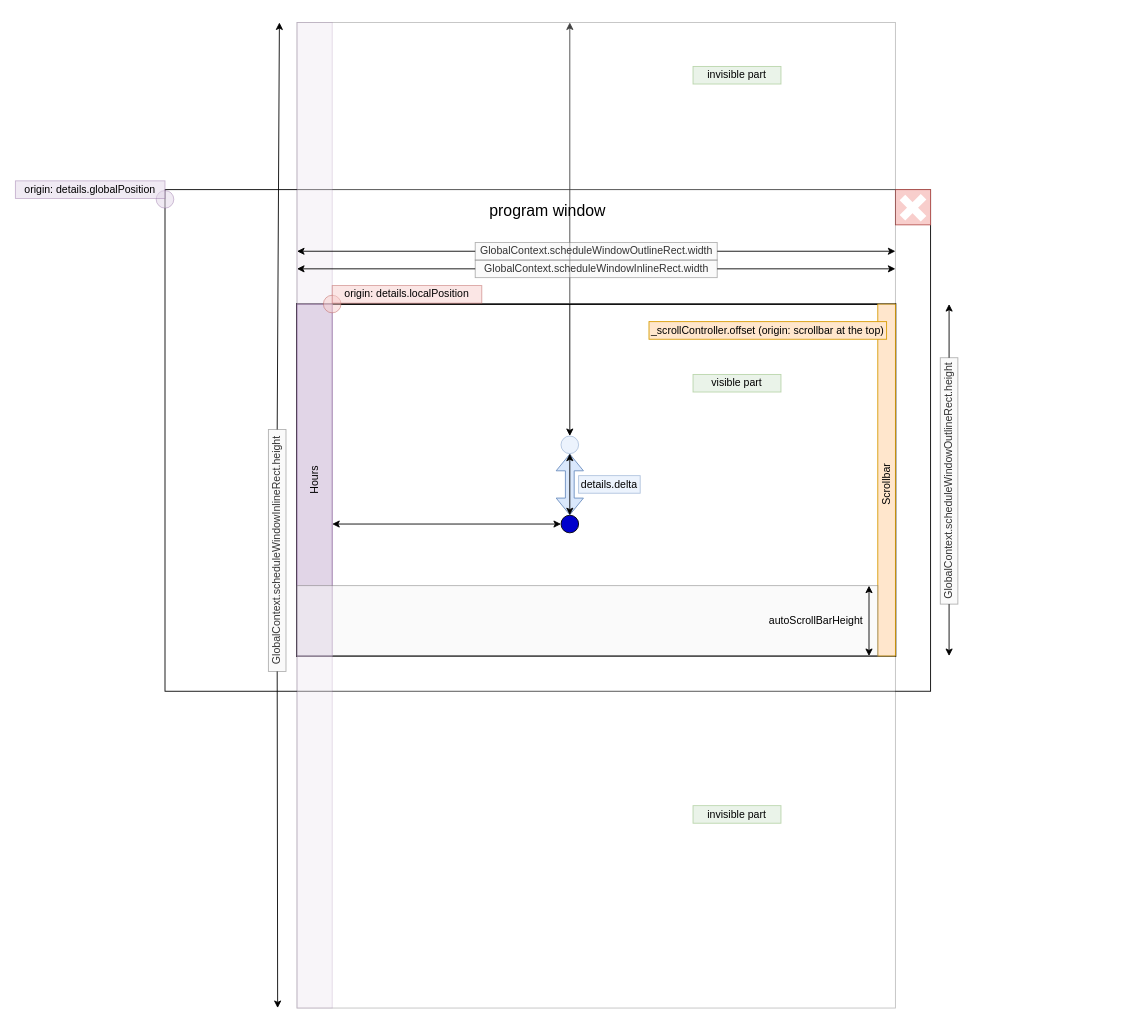
Dude19735/plantracker keeps this draw.io diagram as scroll_model.drawio. Above is the earlier version. Source tidied: cells renumbered, new cells numbered last; positions are measured from the earlier drawing's top-left corner, leaving out a move shared by most shapes. Both pictures are drawn from the tidied source at 88%, with x=0, y=0 at pixel (15, 22).
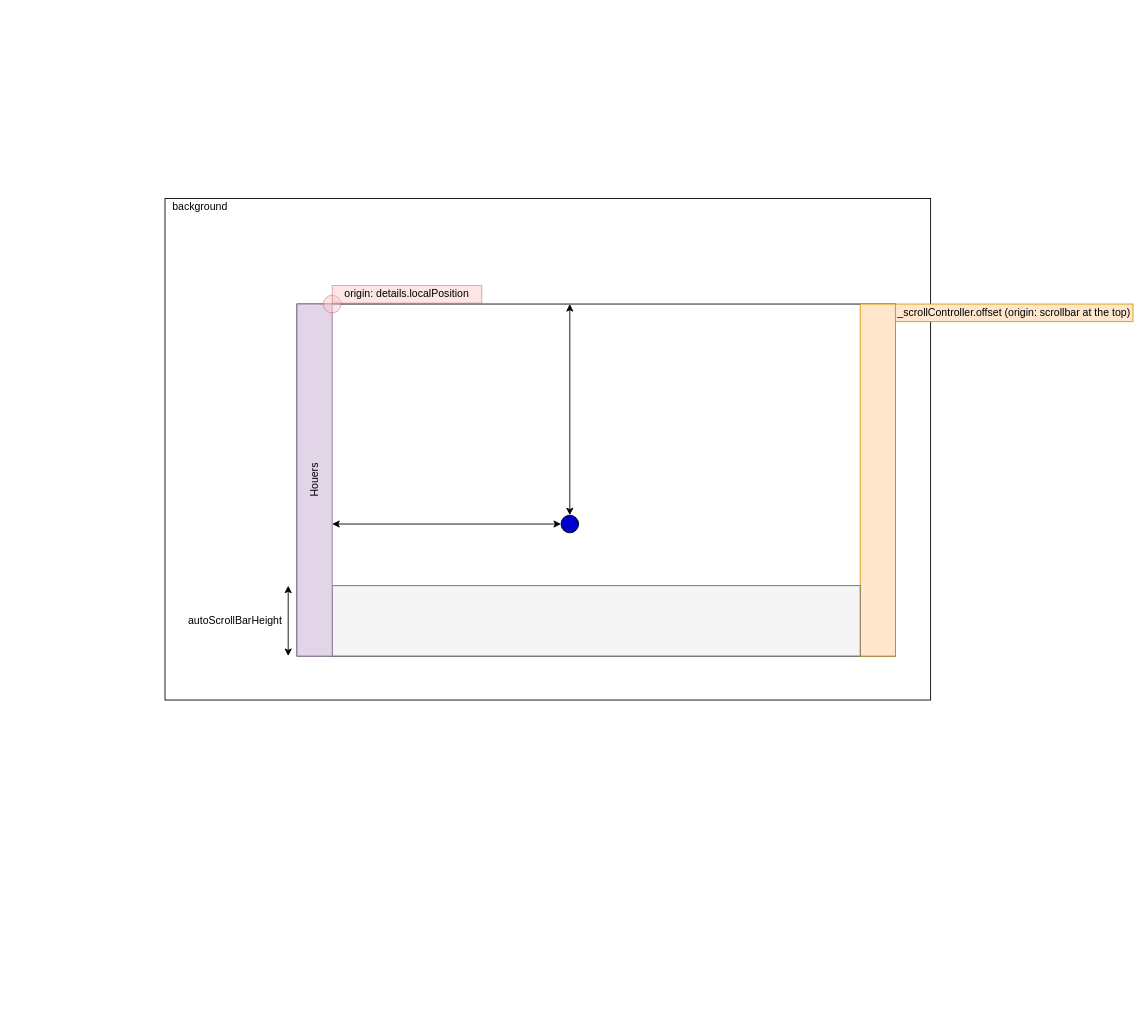
After the change.

Commit message (it also covers changes not shown here):
continue with auto-scroll

What changed in the source:
```diff
@@
     <mxCell id="2" style="rounded=0;whiteSpace=wrap;html=1;" parent="1" vertex="1">
-      <mxGeometry x="170" y="190" width="870" height="570" as="geometry" />
+      <mxGeometry x="170" y="200" width="870" height="570" as="geometry" />
     </mxCell>
-    <mxCell id="3" style="rounded=0;whiteSpace=wrap;html=1;strokeWidth=2;" parent="1" vertex="1">
+    <mxCell id="3" style="rounded=0;whiteSpace=wrap;html=1;" parent="1" vertex="1">
       <mxGeometry x="320" y="320" width="680" height="400" as="geometry" />
     </mxCell>
     <mxCell id="4" style="rounded=0;whiteSpace=wrap;html=1;fillColor=#ffe6cc;strokeColor=#d79b00;" parent="1" vertex="1">
-      <mxGeometry x="980" y="320" width="20" height="400" as="geometry" />
+      <mxGeometry x="960" y="320" width="40" height="400" as="geometry" />
     </mxCell>
+    <mxCell id="16" style="ellipse;whiteSpace=wrap;html=1;fillColor=#0000CC;" parent="1" vertex="1">
+      <mxGeometry x="620" y="560" width="20" height="20" as="geometry" />
+    </mxCell>
-    <mxCell id="5" style="endArrow=classic;startArrow=classic;html=1;rounded=0;" parent="1" edge="1" source="16">
+    <mxCell id="5" style="endArrow=classic;startArrow=classic;html=1;rounded=0;" parent="1" edge="1">
       <mxGeometry relative="1" as="geometry">
-        <mxPoint x="630" as="targetPoint" />
+        <mxPoint x="630" y="560" as="sourcePoint" />
+        <mxPoint x="630" y="320" as="targetPoint" />
       </mxGeometry>
     </mxCell>
@@
+    <mxCell id="19" style="rounded=0;whiteSpace=wrap;html=1;fillColor=#f5f5f5;fontColor=#333333;strokeColor=#666666;" parent="1" vertex="1">
+      <mxGeometry x="360" y="640" width="600" height="80" as="geometry" />
+    </mxCell>
+    <mxCell id="25" style="endArrow=classic;startArrow=classic;html=1;rounded=0;" parent="1" edge="1">
+      <mxGeometry relative="1" as="geometry">
+        <mxPoint x="310" y="720" as="sourcePoint" />
+        <mxPoint x="310" y="640" as="targetPoint" />
+      </mxGeometry>
+    </mxCell>
+    <mxCell id="26" value="autoScrollBarHeight" style="text;html=1;align=center;verticalAlign=middle;whiteSpace=wrap;rounded=0;" parent="1" vertex="1">
+      <mxGeometry x="190" y="670" width="120" height="20" as="geometry" />
+    </mxCell>
@@
-    <mxCell id="8" value="Hours" style="text;html=1;align=center;verticalAlign=middle;whiteSpace=wrap;rounded=0;rotation=-90;" parent="1" vertex="1">
+    <mxCell id="8" value="Houers" style="text;html=1;align=center;verticalAlign=middle;whiteSpace=wrap;rounded=0;rotation=-90;" parent="1" vertex="1">
       <mxGeometry x="310" y="505" width="60" height="30" as="geometry" />
     </mxCell>
-    <mxCell id="9" value="_scrollController.offset (origin: scrollbar at the top)" style="text;html=1;align=center;verticalAlign=middle;whiteSpace=wrap;rounded=0;fillColor=#ffe6cc;strokeColor=#d79b00;" parent="1" vertex="1">
-      <mxGeometry x="720" y="340" width="270" height="20" as="geometry" />
-    </mxCell>
-    <mxCell id="10" style="ellipse;whiteSpace=wrap;html=1;fillColor=#e1d5e7;strokeColor=#9673a6;opacity=50;" parent="1" vertex="1">
-      <mxGeometry x="160" y="191" width="20" height="20" as="geometry" />
-    </mxCell>
-    <mxCell id="11" style="rounded=0;whiteSpace=wrap;html=1;fillColor=#f8cecc;strokeColor=#b85450;" parent="1" vertex="1">
-      <mxGeometry x="1000" y="190" width="40" height="40" as="geometry" />
-    </mxCell>
-    <mxCell id="12" style="endArrow=none;html=1;rounded=0;strokeColor=#FFFFFF;strokeWidth=9;" parent="1" edge="1">
-      <mxGeometry relative="1" as="geometry">
-        <mxPoint x="1008" y="222" as="sourcePoint" />
-        <mxPoint x="1032" y="198" as="targetPoint" />
-      </mxGeometry>
-    </mxCell>
-    <mxCell id="13" style="endArrow=none;html=1;rounded=0;strokeColor=#FFFFFF;strokeWidth=9;" parent="1" edge="1">
-      <mxGeometry relative="1" as="geometry">
-        <mxPoint x="1032" y="223" as="sourcePoint" />
-        <mxPoint x="1008" y="199" as="targetPoint" />
-      </mxGeometry>
-    </mxCell>
-    <mxCell id="14" style="shape=flexArrow;endArrow=classic;startArrow=classic;html=1;rounded=0;fillColor=#dae8fc;strokeColor=#6c8ebf;" parent="1" edge="1">
-      <mxGeometry relative="1" as="geometry">
-        <mxPoint x="630" y="560" as="sourcePoint" />
-        <mxPoint x="630" y="490" as="targetPoint" />
-      </mxGeometry>
-    </mxCell>
-    <mxCell id="15" style="endArrow=classic;startArrow=classic;html=1;rounded=0;" parent="1" edge="1" target="16">
-      <mxGeometry relative="1" as="geometry">
-        <mxPoint x="630" y="560" as="sourcePoint" />
-      </mxGeometry>
-    </mxCell>
-    <mxCell id="16" style="ellipse;whiteSpace=wrap;html=1;fillColor=#dae8fc;opacity=50;strokeColor=#6c8ebf;" parent="1" vertex="1">
-      <mxGeometry x="620" y="470" width="20" height="20" as="geometry" />
-    </mxCell>
-    <mxCell id="17" style="ellipse;whiteSpace=wrap;html=1;fillColor=#0000CC;" parent="1" vertex="1">
-      <mxGeometry x="620" y="560" width="20" height="20" as="geometry" />
-    </mxCell>
-    <mxCell id="18" value="details.delta" style="text;html=1;align=center;verticalAlign=middle;whiteSpace=wrap;rounded=0;fillColor=#dae8fc;strokeColor=#6c8ebf;opacity=50;" parent="1" vertex="1">
-      <mxGeometry x="640" y="515" width="70" height="20" as="geometry" />
-    </mxCell>
-    <mxCell id="19" style="rounded=0;whiteSpace=wrap;html=1;fillColor=#f5f5f5;fontColor=#333333;strokeColor=#666666;opacity=50;" parent="1" vertex="1">
-      <mxGeometry x="320" y="640" width="660" height="80" as="geometry" />
-    </mxCell>
-    <mxCell id="20" value="Scrollbar" style="text;html=1;align=center;verticalAlign=middle;whiteSpace=wrap;rounded=0;rotation=-90;" parent="1" vertex="1">
-      <mxGeometry x="960" y="510" width="60" height="30" as="geometry" />
-    </mxCell>
-    <mxCell id="21" value="GlobalContext.scheduleWindowInlineRect.height" style="text;html=1;align=center;verticalAlign=middle;whiteSpace=wrap;rounded=0;fillColor=#f5f5f5;strokeColor=#666666;opacity=50;fontColor=#333333;rotation=-90;" parent="1" vertex="1">
-      <mxGeometry x="160" y="590" width="275" height="20" as="geometry" />
-    </mxCell>
-    <mxCell id="22" style="endArrow=classic;html=1;rounded=0;exitX=1;exitY=0.5;exitDx=0;exitDy=0;" parent="1" edge="1" source="21">
-      <mxGeometry relative="1" as="geometry">
-        <mxPoint x="300" as="targetPoint" />
-      </mxGeometry>
-    </mxCell>
-    <mxCell id="23" style="endArrow=classic;html=1;rounded=0;exitX=0;exitY=0.5;exitDx=0;exitDy=0;" parent="1" edge="1" source="21">
-      <mxGeometry relative="1" as="geometry">
-        <mxPoint x="298" y="1120" as="targetPoint" />
-      </mxGeometry>
-    </mxCell>
-    <mxCell id="24" style="rounded=0;whiteSpace=wrap;html=1;opacity=25;" parent="1" vertex="1">
-      <mxGeometry x="320" y="720" width="680" height="400" as="geometry" />
-    </mxCell>
-    <mxCell id="25" style="endArrow=classic;startArrow=classic;html=1;rounded=0;" parent="1" edge="1">
-      <mxGeometry relative="1" as="geometry">
-        <mxPoint x="970" y="720" as="sourcePoint" />
-        <mxPoint x="970" y="640" as="targetPoint" />
-      </mxGeometry>
-    </mxCell>
-    <mxCell id="26" value="autoScrollBarHeight" style="text;html=1;align=center;verticalAlign=middle;whiteSpace=wrap;rounded=0;" parent="1" vertex="1">
-      <mxGeometry x="850" y="670" width="120" height="20" as="geometry" />
-    </mxCell>
-    <mxCell id="27" value="visible part" style="text;html=1;align=center;verticalAlign=middle;whiteSpace=wrap;rounded=0;fillColor=#d5e8d4;strokeColor=#82b366;opacity=50;" parent="1" vertex="1">
-      <mxGeometry x="770" y="400" width="100" height="20" as="geometry" />
-    </mxCell>
-    <mxCell id="28" value="invisible part" style="text;html=1;align=center;verticalAlign=middle;whiteSpace=wrap;rounded=0;fillColor=#d5e8d4;strokeColor=#82b366;opacity=50;" parent="1" vertex="1">
-      <mxGeometry x="770" y="890" width="100" height="20" as="geometry" />
-    </mxCell>
-    <mxCell id="29" value="GlobalContext.scheduleWindowOutlineRect.height" style="text;html=1;align=center;verticalAlign=middle;whiteSpace=wrap;rounded=0;fillColor=#f5f5f5;strokeColor=#666666;opacity=50;fontColor=#333333;rotation=-90;" parent="1" vertex="1">
-      <mxGeometry x="921" y="511" width="280" height="20" as="geometry" />
-    </mxCell>
-    <mxCell id="30" style="endArrow=classic;html=1;rounded=0;exitX=1;exitY=0.5;exitDx=0;exitDy=0;" parent="1" edge="1" source="29">
-      <mxGeometry relative="1" as="geometry">
-        <mxPoint x="1061" y="320" as="targetPoint" />
-      </mxGeometry>
-    </mxCell>
-    <mxCell id="31" style="endArrow=classic;html=1;rounded=0;exitX=0;exitY=0.5;exitDx=0;exitDy=0;" parent="1" edge="1" source="29">
-      <mxGeometry relative="1" as="geometry">
-        <mxPoint x="1061" y="720" as="targetPoint" />
-      </mxGeometry>
-    </mxCell>
-    <mxCell id="32" value="origin: details.globalPosition" style="text;html=1;align=center;verticalAlign=middle;whiteSpace=wrap;rounded=0;fillColor=#e1d5e7;strokeColor=#9673a6;opacity=50;" parent="1" vertex="1">
-      <mxGeometry y="180" width="170" height="20" as="geometry" />
-    </mxCell>
-    <mxCell id="33" style="rounded=0;whiteSpace=wrap;html=1;fillColor=#e1d5e7;strokeColor=#9673a6;opacity=25;" parent="1" vertex="1">
-      <mxGeometry x="320" y="720" width="40" height="400" as="geometry" />
-    </mxCell>
-    <mxCell id="34" style="rounded=0;whiteSpace=wrap;html=1;opacity=25;" parent="1" vertex="1">
-      <mxGeometry x="320" width="680" height="320" as="geometry" />
-    </mxCell>
-    <mxCell id="35" style="rounded=0;whiteSpace=wrap;html=1;fillColor=#e1d5e7;strokeColor=#9673a6;opacity=25;" parent="1" vertex="1">
-      <mxGeometry x="320" width="40" height="320" as="geometry" />
-    </mxCell>
@@
+    <mxCell id="9" value="_scrollController.offset (origin: scrollbar at the top)" style="text;html=1;align=center;verticalAlign=middle;whiteSpace=wrap;rounded=0;fillColor=#ffe6cc;strokeColor=#d79b00;" parent="1" vertex="1">
+      <mxGeometry x="1000" y="320" width="270" height="20" as="geometry" />
+    </mxCell>
-    <mxCell id="38" value="program window" style="text;html=1;align=center;verticalAlign=middle;whiteSpace=wrap;rounded=0;fontSize=18;" parent="1" vertex="1">
-      <mxGeometry x="525" y="200" width="160" height="30" as="geometry" />
+    <mxCell id="38" value="background" style="text;html=1;align=center;verticalAlign=middle;whiteSpace=wrap;rounded=0;" parent="1" vertex="1">
+      <mxGeometry x="170" y="200" width="80" height="20" as="geometry" />
     </mxCell>
-    <mxCell id="39" value="GlobalContext.scheduleWindowInlineRect.width" style="text;html=1;align=center;verticalAlign=middle;whiteSpace=wrap;rounded=0;fillColor=#f5f5f5;strokeColor=#666666;opacity=50;fontColor=#333333;" parent="1" vertex="1">
-      <mxGeometry x="522.5" y="270" width="275" height="20" as="geometry" />
-    </mxCell>
-    <mxCell id="40" style="endArrow=classic;html=1;rounded=0;exitX=0;exitY=0.5;exitDx=0;exitDy=0;" parent="1" edge="1" source="39">
-      <mxGeometry relative="1" as="geometry">
-        <mxPoint x="320" y="280" as="targetPoint" />
-      </mxGeometry>
-    </mxCell>
-    <mxCell id="41" style="endArrow=classic;html=1;rounded=0;exitX=1;exitY=0.5;exitDx=0;exitDy=0;" parent="1" edge="1" source="39">
-      <mxGeometry relative="1" as="geometry">
-        <mxPoint x="1000" y="280" as="targetPoint" />
-      </mxGeometry>
-    </mxCell>
-    <mxCell id="42" value="GlobalContext.scheduleWindowOutlineRect.width" style="text;html=1;align=center;verticalAlign=middle;whiteSpace=wrap;rounded=0;fillColor=#f5f5f5;strokeColor=#666666;opacity=50;fontColor=#333333;" parent="1" vertex="1">
-      <mxGeometry x="522.5" y="250" width="275" height="20" as="geometry" />
-    </mxCell>
-    <mxCell id="43" style="endArrow=classic;html=1;rounded=0;exitX=0;exitY=0.5;exitDx=0;exitDy=0;" parent="1" edge="1" source="42">
-      <mxGeometry relative="1" as="geometry">
-        <mxPoint x="320" y="260" as="targetPoint" />
-      </mxGeometry>
-    </mxCell>
-    <mxCell id="44" style="endArrow=classic;html=1;rounded=0;exitX=1;exitY=0.5;exitDx=0;exitDy=0;" parent="1" edge="1" source="42">
-      <mxGeometry relative="1" as="geometry">
-        <mxPoint x="1000" y="260" as="targetPoint" />
-      </mxGeometry>
-    </mxCell>
-    <mxCell id="45" value="invisible part" style="text;html=1;align=center;verticalAlign=middle;whiteSpace=wrap;rounded=0;fillColor=#d5e8d4;strokeColor=#82b366;opacity=50;" parent="1" vertex="1">
-      <mxGeometry x="770" y="50" width="100" height="20" as="geometry" />
-    </mxCell>
```
